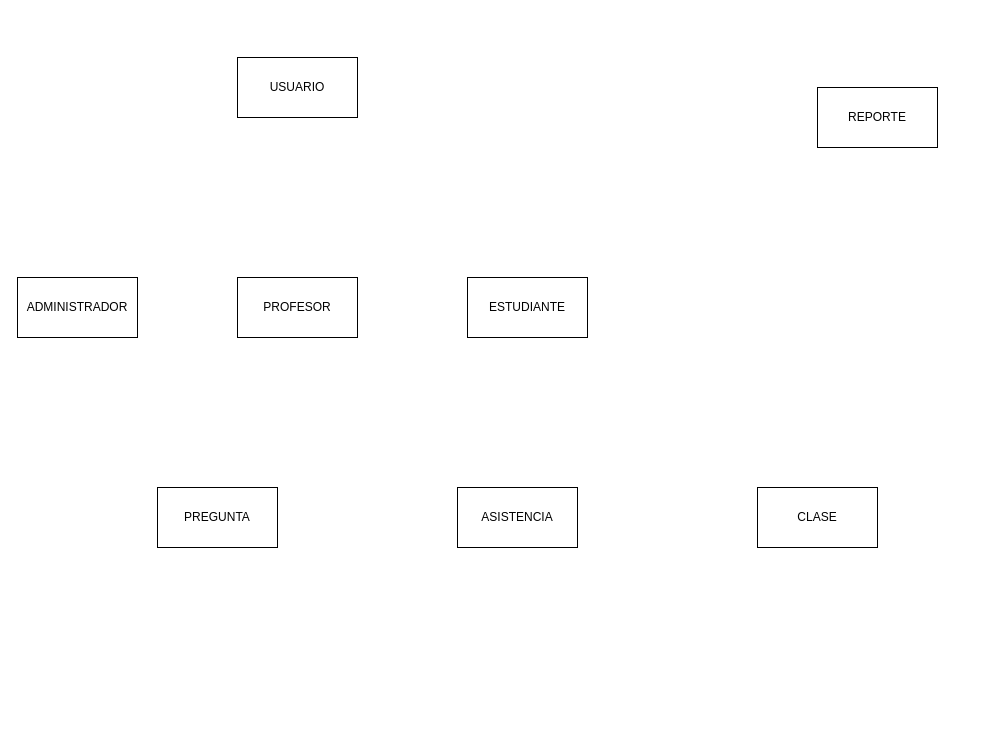
18luisc/Attenzio keeps this draw.io diagram as Attenzio Entidad-Relación.drawio. Above is the earlier version. Source tidied: cells renumbered, new cells numbered last; positions are measured from the earlier drawing's top-left corner, leaving out a move shared by most shapes. Both pictures are drawn from the tidied source at 100%, with x=0, y=0 at pixel (17, 57).
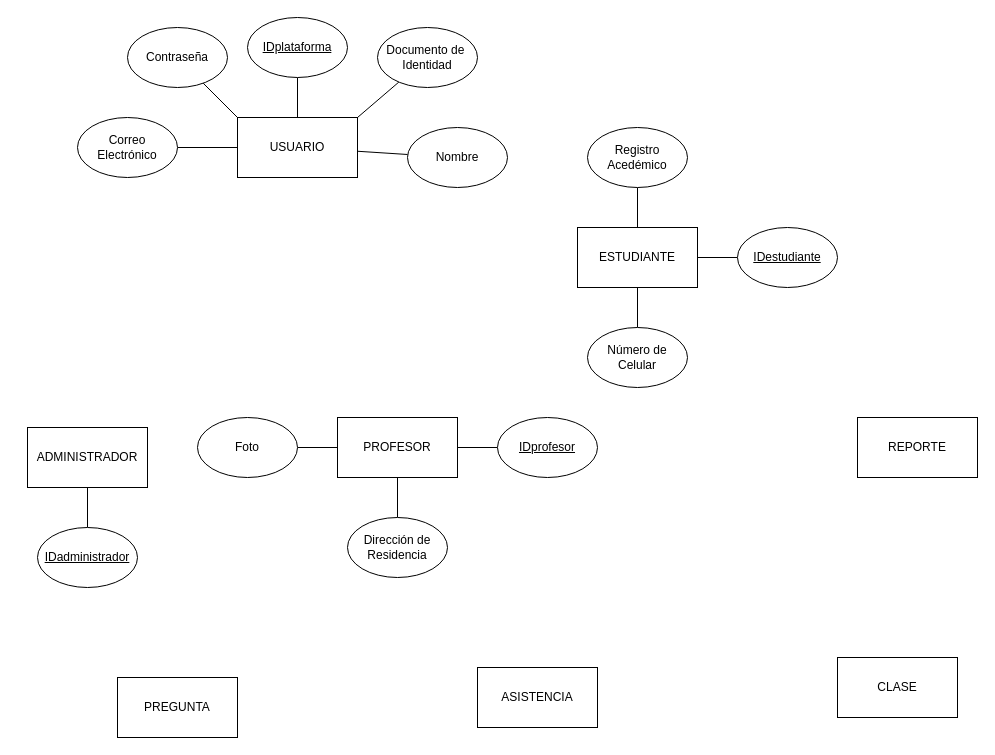
The same diagram, later.

Commit message:
Se agregan Atributos a las primeras entidades

Change to the diagram source:
```diff
@@
+    <mxCell id="10" style="edgeStyle=orthogonalEdgeStyle;rounded=0;jettySize=auto;html=1;endArrow=none;endFill=0;" parent="1" edge="1" source="2" target="25">
+      <mxGeometry relative="1" as="geometry" />
+    </mxCell>
+    <mxCell id="11" style="edgeStyle=orthogonalEdgeStyle;rounded=0;jettySize=auto;html=1;endArrow=none;endFill=0;" parent="1" edge="1" source="2" target="22">
+      <mxGeometry relative="1" as="geometry" />
+    </mxCell>
     <mxCell id="2" value="USUARIO" style="rounded=0;whiteSpace=wrap;html=1;" parent="1" vertex="1">
-      <mxGeometry x="220" width="120" height="60" as="geometry" />
+      <mxGeometry x="220" y="60" width="120" height="60" as="geometry" />
     </mxCell>
+    <mxCell id="12" style="rounded=0;jettySize=auto;html=1;endArrow=none;endFill=0;" parent="1" edge="1" source="3" target="26">
+      <mxGeometry relative="1" as="geometry" />
+    </mxCell>
+    <mxCell id="13" style="rounded=0;jettySize=auto;html=1;endArrow=none;endFill=0;" parent="1" edge="1" source="3" target="31">
+      <mxGeometry relative="1" as="geometry" />
+    </mxCell>
     <mxCell id="3" value="ESTUDIANTE" style="rounded=0;whiteSpace=wrap;html=1;" parent="1" vertex="1">
-      <mxGeometry x="450" y="220" width="120" height="60" as="geometry" />
+      <mxGeometry x="560" y="170" width="120" height="60" as="geometry" />
     </mxCell>
+    <mxCell id="14" style="edgeStyle=orthogonalEdgeStyle;rounded=0;jettySize=auto;html=1;endArrow=none;endFill=0;" parent="1" edge="1" source="4" target="30">
+      <mxGeometry relative="1" as="geometry" />
+    </mxCell>
+    <mxCell id="15" style="edgeStyle=orthogonalEdgeStyle;rounded=0;jettySize=auto;html=1;endArrow=none;endFill=0;" parent="1" edge="1" source="4" target="27">
+      <mxGeometry relative="1" as="geometry" />
+    </mxCell>
+    <mxCell id="16" style="edgeStyle=orthogonalEdgeStyle;rounded=0;jettySize=auto;html=1;endArrow=none;endFill=0;" parent="1" edge="1" source="4" target="29">
+      <mxGeometry relative="1" as="geometry" />
+    </mxCell>
     <mxCell id="4" value="PROFESOR" style="rounded=0;whiteSpace=wrap;html=1;" parent="1" vertex="1">
-      <mxGeometry x="220" y="220" width="120" height="60" as="geometry" />
+      <mxGeometry x="320" y="360" width="120" height="60" as="geometry" />
     </mxCell>
+    <mxCell id="17" style="edgeStyle=orthogonalEdgeStyle;rounded=0;jettySize=auto;html=1;entryX=0.5;entryY=0;entryDx=0;entryDy=0;endArrow=none;endFill=0;" parent="1" edge="1" source="5" target="28">
+      <mxGeometry relative="1" as="geometry" />
+    </mxCell>
     <mxCell id="5" value="ADMINISTRADOR" style="rounded=0;whiteSpace=wrap;html=1;" parent="1" vertex="1">
-      <mxGeometry y="220" width="120" height="60" as="geometry" />
+      <mxGeometry x="10" y="370" width="120" height="60" as="geometry" />
     </mxCell>
     <mxCell id="6" value="CLASE" style="rounded=0;whiteSpace=wrap;html=1;" parent="1" vertex="1">
-      <mxGeometry x="740" y="430" width="120" height="60" as="geometry" />
+      <mxGeometry x="820" y="600" width="120" height="60" as="geometry" />
     </mxCell>
     <mxCell id="7" value="ASISTENCIA" style="rounded=0;whiteSpace=wrap;html=1;" parent="1" vertex="1">
-      <mxGeometry x="440" y="430" width="120" height="60" as="geometry" />
+      <mxGeometry x="460" y="610" width="120" height="60" as="geometry" />
     </mxCell>
     <mxCell id="8" value="PREGUNTA" style="rounded=0;whiteSpace=wrap;html=1;" parent="1" vertex="1">
-      <mxGeometry x="140" y="430" width="120" height="60" as="geometry" />
+      <mxGeometry x="100" y="620" width="120" height="60" as="geometry" />
     </mxCell>
     <mxCell id="9" value="REPORTE" style="rounded=0;whiteSpace=wrap;html=1;" parent="1" vertex="1">
-      <mxGeometry x="800" y="30" width="120" height="60" as="geometry" />
+      <mxGeometry x="840" y="360" width="120" height="60" as="geometry" />
     </mxCell>
+    <mxCell id="18" style="rounded=0;jettySize=auto;html=1;entryX=1;entryY=0;entryDx=0;entryDy=0;endArrow=none;endFill=0;" parent="1" edge="1" source="19" target="2">
+      <mxGeometry relative="1" as="geometry" />
+    </mxCell>
+    <mxCell id="19" value="Documento de&amp;nbsp;&lt;div&gt;Identidad&lt;/div&gt;" style="ellipse;whiteSpace=wrap;html=1;" parent="1" vertex="1">
+      <mxGeometry x="360" y="-30" width="100" height="60" as="geometry" />
+    </mxCell>
+    <mxCell id="20" style="rounded=0;jettySize=auto;html=1;entryX=0;entryY=0;entryDx=0;entryDy=0;endArrow=none;endFill=0;" parent="1" edge="1" source="21" target="2">
+      <mxGeometry relative="1" as="geometry" />
+    </mxCell>
+    <mxCell id="21" value="Contraseña" style="ellipse;whiteSpace=wrap;html=1;" parent="1" vertex="1">
+      <mxGeometry x="110" y="-30" width="100" height="60" as="geometry" />
+    </mxCell>
+    <mxCell id="22" value="Correo Electrónico" style="ellipse;whiteSpace=wrap;html=1;" parent="1" vertex="1">
+      <mxGeometry x="60" y="60" width="100" height="60" as="geometry" />
+    </mxCell>
+    <mxCell id="23" style="rounded=0;jettySize=auto;html=1;endArrow=none;endFill=0;" parent="1" edge="1" source="24" target="2">
+      <mxGeometry relative="1" as="geometry" />
+    </mxCell>
+    <mxCell id="24" value="Nombre" style="ellipse;whiteSpace=wrap;html=1;" parent="1" vertex="1">
+      <mxGeometry x="390" y="70" width="100" height="60" as="geometry" />
+    </mxCell>
+    <mxCell id="25" value="&lt;u&gt;IDplataforma&lt;/u&gt;" style="ellipse;whiteSpace=wrap;html=1;" parent="1" vertex="1">
+      <mxGeometry x="230" y="-40" width="100" height="60" as="geometry" />
+    </mxCell>
+    <mxCell id="26" value="&lt;u&gt;IDestudiante&lt;/u&gt;" style="ellipse;whiteSpace=wrap;html=1;" parent="1" vertex="1">
+      <mxGeometry x="720" y="170" width="100" height="60" as="geometry" />
+    </mxCell>
+    <mxCell id="27" value="&lt;u&gt;IDprofesor&lt;/u&gt;" style="ellipse;whiteSpace=wrap;html=1;" parent="1" vertex="1">
+      <mxGeometry x="480" y="360" width="100" height="60" as="geometry" />
+    </mxCell>
+    <mxCell id="28" value="&lt;u&gt;IDadministrador&lt;/u&gt;" style="ellipse;whiteSpace=wrap;html=1;" parent="1" vertex="1">
+      <mxGeometry x="20" y="470" width="100" height="60" as="geometry" />
+    </mxCell>
+    <mxCell id="29" value="Dirección de Residencia" style="ellipse;whiteSpace=wrap;html=1;" parent="1" vertex="1">
+      <mxGeometry x="330" y="460" width="100" height="60" as="geometry" />
+    </mxCell>
+    <mxCell id="30" value="Foto" style="ellipse;whiteSpace=wrap;html=1;" parent="1" vertex="1">
+      <mxGeometry x="180" y="360" width="100" height="60" as="geometry" />
+    </mxCell>
+    <mxCell id="31" value="Número de Celular" style="ellipse;whiteSpace=wrap;html=1;" parent="1" vertex="1">
+      <mxGeometry x="570" y="270" width="100" height="60" as="geometry" />
+    </mxCell>
+    <mxCell id="32" style="rounded=0;jettySize=auto;html=1;endArrow=none;endFill=0;" parent="1" edge="1" source="33" target="3">
+      <mxGeometry relative="1" as="geometry" />
+    </mxCell>
+    <mxCell id="33" value="Registro Acedémico" style="ellipse;whiteSpace=wrap;html=1;" parent="1" vertex="1">
+      <mxGeometry x="570" y="70" width="100" height="60" as="geometry" />
+    </mxCell>
```
